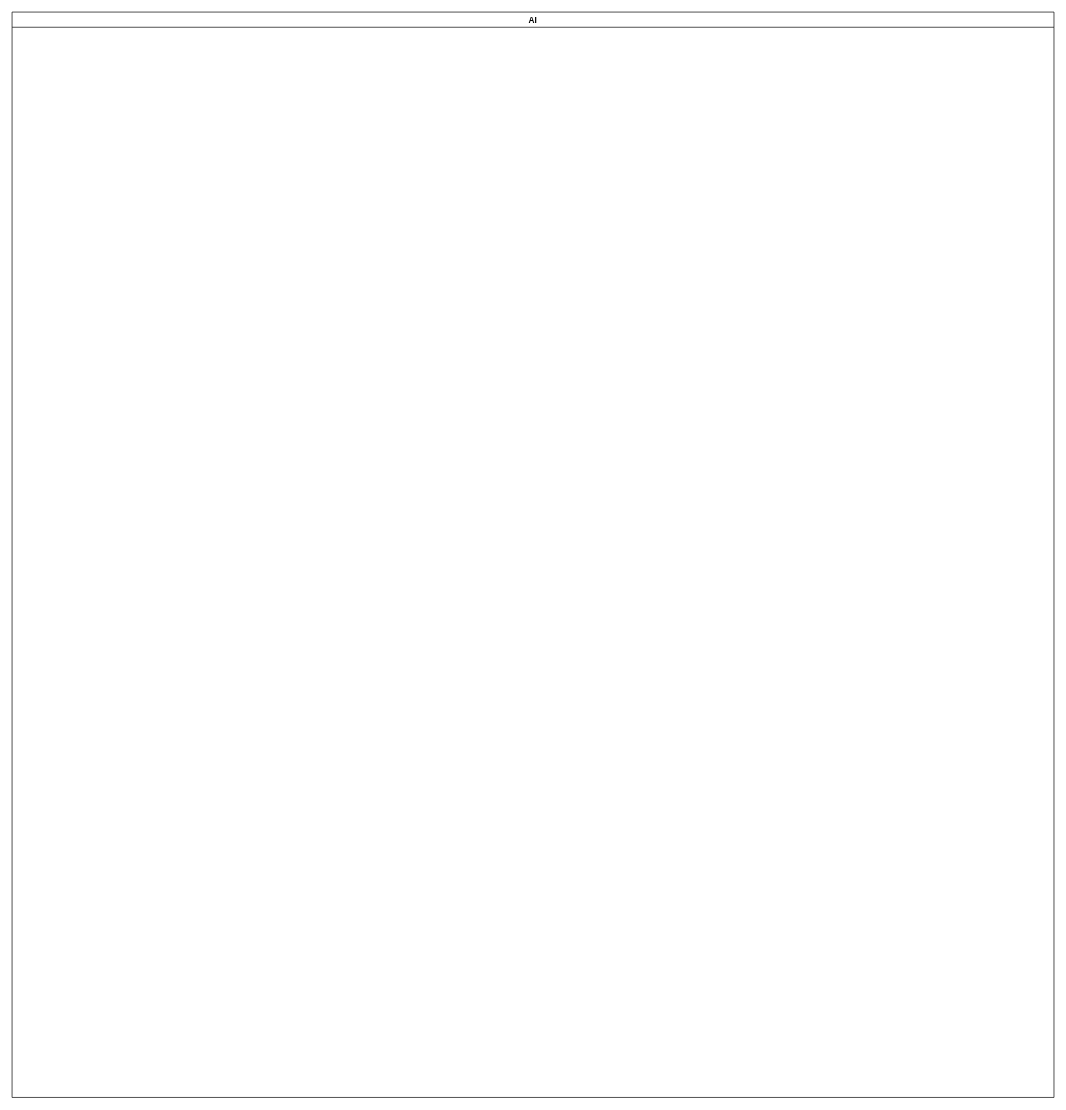
The draw.io diagram 未命名绘图.drawio in lbk0116/AI, before the edit. Source tidied: cells renumbered, new cells numbered last; positions are measured from the earlier drawing's top-left corner, leaving out a move shared by most shapes. Both pictures are drawn from the tidied source at 69%, with x=0, y=0 at pixel (12, 12).
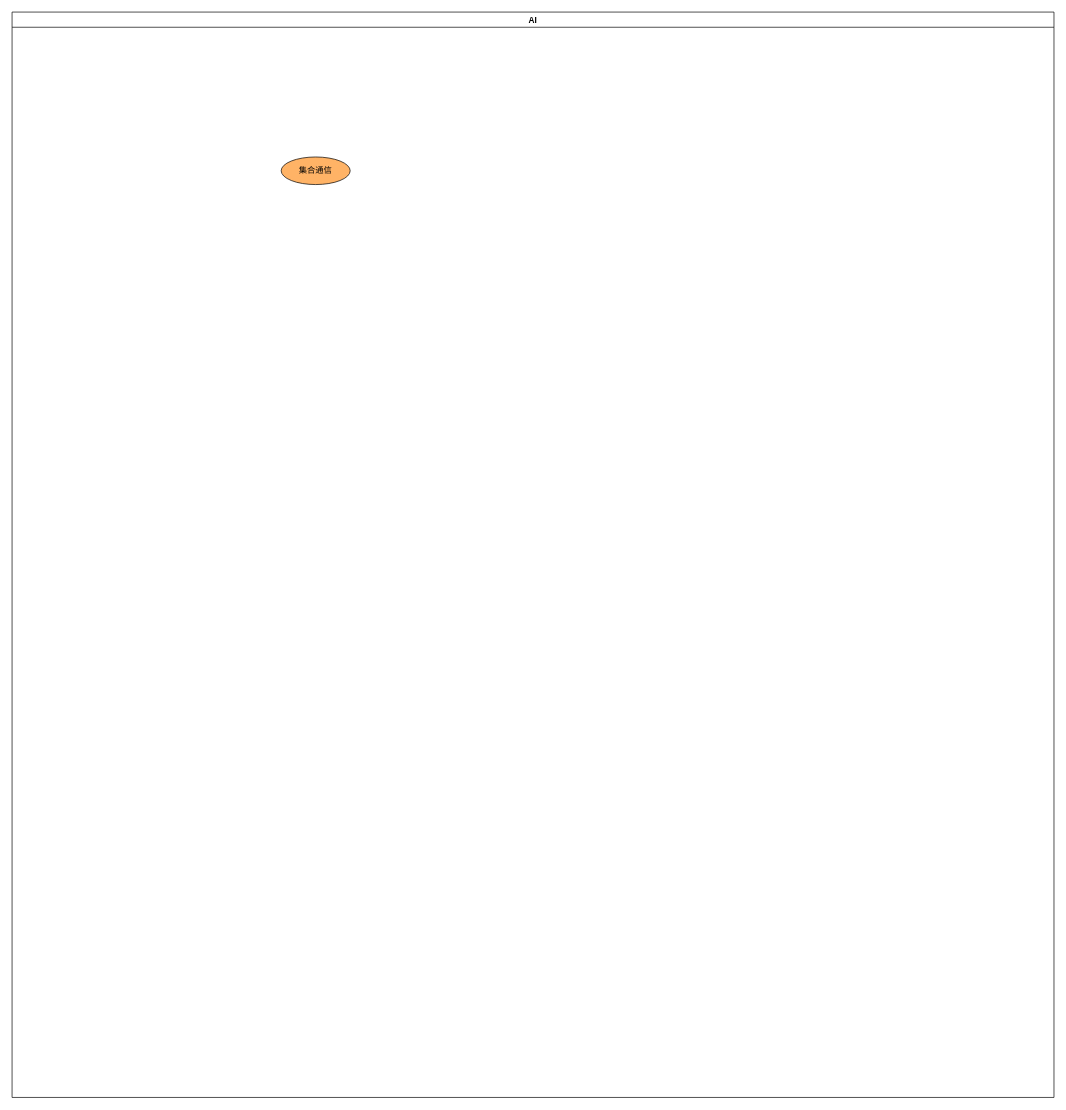
The same page after the edit.

Commit message (it also covers changes not shown here):
更新未命名绘图.drawio

Change to the diagram source:
```diff
@@
 <mxGraphModel>
   <root>
     <mxCell id="0" />
     <mxCell id="1" parent="0" />
     <mxCell id="2" value="AI" style="swimlane;startSize=22;horizontal=1;containerType=tree;" parent="1" vertex="1">
       <mxGeometry width="1510" height="1573" as="geometry" />
     </mxCell>
+    <mxCell id="3" value="集合通信" style="ellipse;whiteSpace=wrap;html=1;align=center;newEdgeStyle={&quot;edgeStyle&quot;:&quot;entityRelationEdgeStyle&quot;,&quot;startArrow&quot;:&quot;none&quot;,&quot;endArrow&quot;:&quot;none&quot;,&quot;segment&quot;:10,&quot;curved&quot;:1,&quot;sourcePerimeterSpacing&quot;:0,&quot;targetPerimeterSpacing&quot;:0};fillColor=#FFB366;" parent="1" vertex="1" collapsed="1">
+      <mxGeometry x="390" y="210" width="100" height="40" as="geometry" />
+    </mxCell>
   </root>
 </mxGraphModel>
```
